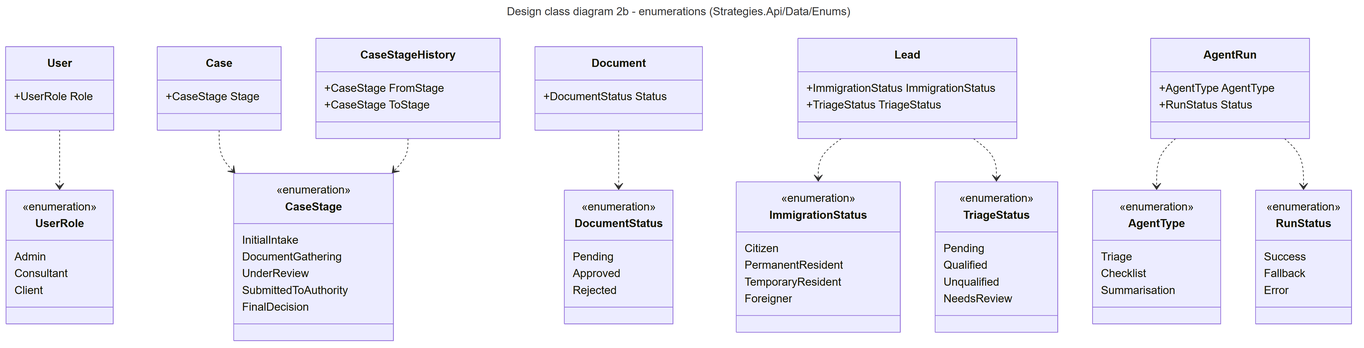
Above: docs/diagrams/design-class-enums.png in Muthambi-Mbulungeni/final-project-api (Mermaid), before the change. Its source is kept beside it as docs/diagrams/design-class-enums.mmd. Source of this version:
```mermaid
---
title: Design class diagram 2b - enumerations (Strategies.Api/Data/Enums)
---
classDiagram
    direction TB

    class UserRole {
        <<enumeration>>
        Admin
        Consultant
        Client
    }
    class CaseStage {
        <<enumeration>>
        InitialIntake
        DocumentGathering
        UnderReview
        SubmittedToAuthority
        FinalDecision
    }
    class DocumentStatus {
        <<enumeration>>
        Pending
        Approved
        Rejected
    }
    class TriageStatus {
        <<enumeration>>
        Pending
        Qualified
        Unqualified
        NeedsReview
    }
    class ImmigrationStatus {
        <<enumeration>>
        Citizen
        PermanentResident
        TemporaryResident
        Foreigner
    }
    class AgentType {
        <<enumeration>>
        Triage
        Checklist
        Summarisation
    }
    class RunStatus {
        <<enumeration>>
        Success
        Fallback
        Error
    }

    class User {
        +UserRole Role
    }
    class Case {
        +CaseStage Stage
    }
    class CaseStageHistory {
        +CaseStage FromStage
        +CaseStage ToStage
    }
    class Document {
        +DocumentStatus Status
    }
    class Lead {
        +ImmigrationStatus ImmigrationStatus
        +TriageStatus TriageStatus
    }
    class AgentRun {
        +AgentType AgentType
        +RunStatus Status
    }

    User ..> UserRole
    Case ..> CaseStage
    CaseStageHistory ..> CaseStage
    Document ..> DocumentStatus
    Lead ..> ImmigrationStatus
    Lead ..> TriageStatus
    AgentRun ..> AgentType
    AgentRun ..> RunStatus
```
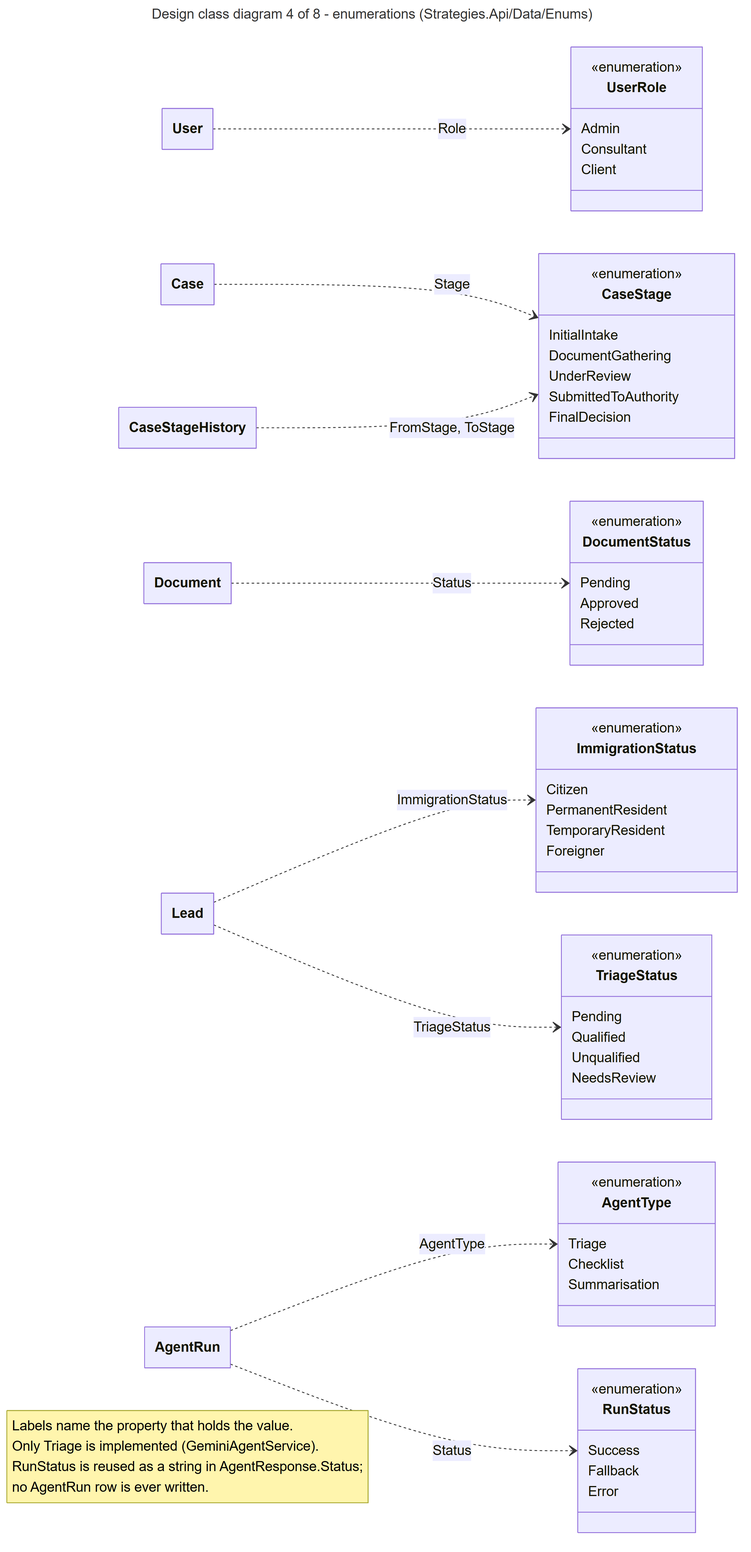
Later version of the same file.

Change to the diagram source:
```diff
@@ -1,8 +1,8 @@
 ---
-title: Design class diagram 2b - enumerations (Strategies.Api/Data/Enums)
+title: Design class diagram 4 of 8 - enumerations (Strategies.Api/Data/Enums)
 ---
 classDiagram
-    direction TB
+    direction LR
 
     class UserRole {
         <<enumeration>>
@@ -51,33 +51,13 @@
         Error
     }
 
-    class User {
-        +UserRole Role
-    }
-    class Case {
-        +CaseStage Stage
-    }
-    class CaseStageHistory {
-        +CaseStage FromStage
-        +CaseStage ToStage
-    }
-    class Document {
-        +DocumentStatus Status
-    }
-    class Lead {
-        +ImmigrationStatus ImmigrationStatus
-        +TriageStatus TriageStatus
-    }
-    class AgentRun {
-        +AgentType AgentType
-        +RunStatus Status
-    }
+    User ..> UserRole : Role
+    Case ..> CaseStage : Stage
+    CaseStageHistory ..> CaseStage : FromStage, ToStage
+    Document ..> DocumentStatus : Status
+    Lead ..> ImmigrationStatus : ImmigrationStatus
+    Lead ..> TriageStatus : TriageStatus
+    AgentRun ..> AgentType : AgentType
+    AgentRun ..> RunStatus : Status
 
-    User ..> UserRole
-    Case ..> CaseStage
-    CaseStageHistory ..> CaseStage
-    Document ..> DocumentStatus
-    Lead ..> ImmigrationStatus
-    Lead ..> TriageStatus
-    AgentRun ..> AgentType
-    AgentRun ..> RunStatus
+    note "Labels name the property that holds the value.<br>Only Triage is implemented (GeminiAgentService).<br>RunStatus is reused as a string in AgentResponse.Status;<br>no AgentRun row is ever written."
```
